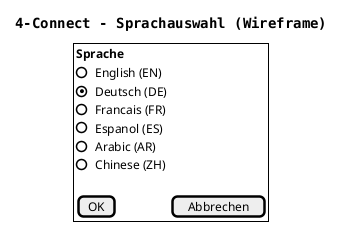
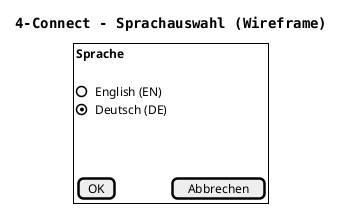
@startuml
title 4-Connect - Sprachauswahl (Wireframe)

skinparam defaultFontName Monospaced

salt
{
  {+
    { **Sprache** }
+     .
    ( ) English (EN)
    (X) Deutsch (DE)
-     ( ) Francais (FR)
-     ( ) Espanol (ES)
-     ( ) Arabic (AR)
-     ( ) Chinese (ZH)
+     .
+     .
    .
    {[ OK ]} | {[ Abbrechen ]}
  }
}
@enduml
